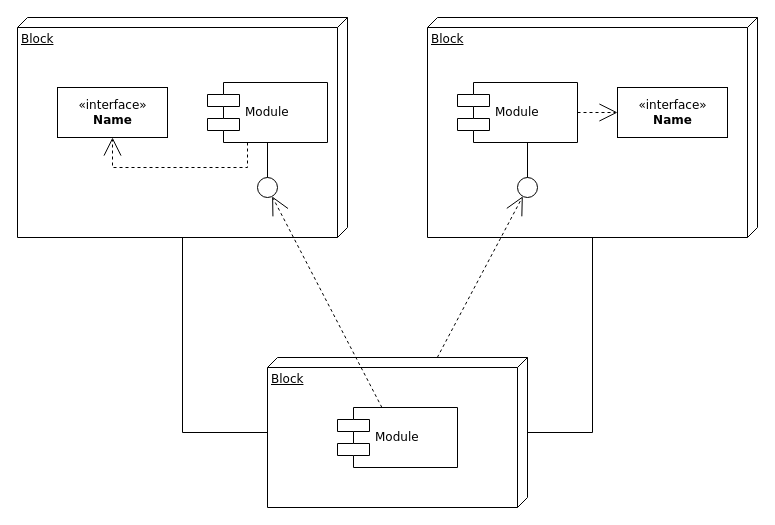
aaf1974/ProjectDiagram keeps this draw.io diagram as page "Текущее состояние" (1 of 3) of ST.CommonInfrastructure.drawio. Above is the earlier version. Source tidied: cells renumbered, new cells numbered last; positions are measured from the earlier drawing's top-left corner, leaving out a move shared by most shapes. Both pictures are drawn from the tidied source at 100%, with x=0, y=0 at pixel (17, 17).
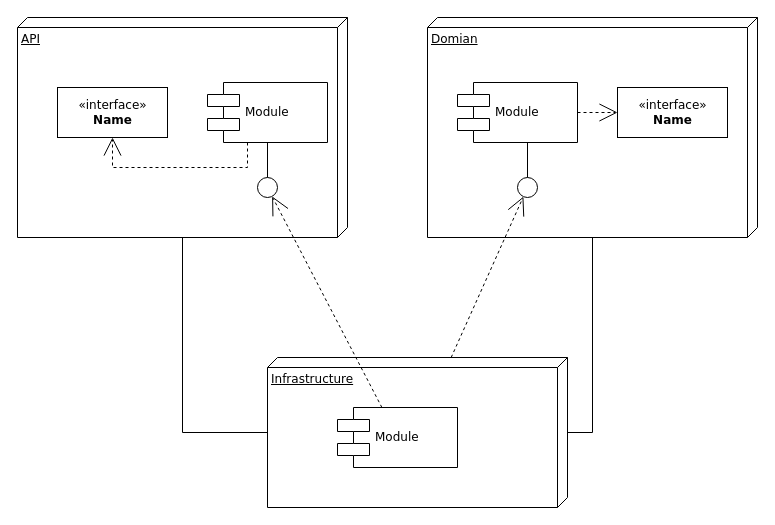
The same page after the edit.

Change to the diagram source:
```diff
@@
-    <mxCell id="2" value="Block" style="verticalAlign=top;align=left;spacingTop=8;spacingLeft=2;spacingRight=12;shape=cube;size=10;direction=south;fontStyle=4;html=1;rounded=0;shadow=0;comic=0;labelBackgroundColor=none;strokeWidth=1;fontFamily=Verdana;fontSize=12;" parent="1" vertex="1">
+    <mxCell id="2" value="API" style="verticalAlign=top;align=left;spacingTop=8;spacingLeft=2;spacingRight=12;shape=cube;size=10;direction=south;fontStyle=4;html=1;rounded=0;shadow=0;comic=0;labelBackgroundColor=none;strokeWidth=1;fontFamily=Verdana;fontSize=12;" parent="1" vertex="1">
       <mxGeometry width="330" height="220" as="geometry" />
     </mxCell>
-    <mxCell id="3" value="Block" style="verticalAlign=top;align=left;spacingTop=8;spacingLeft=2;spacingRight=12;shape=cube;size=10;direction=south;fontStyle=4;html=1;rounded=0;shadow=0;comic=0;labelBackgroundColor=none;strokeWidth=1;fontFamily=Verdana;fontSize=12;" parent="1" vertex="1">
+    <mxCell id="3" value="Domian" style="verticalAlign=top;align=left;spacingTop=8;spacingLeft=2;spacingRight=12;shape=cube;size=10;direction=south;fontStyle=4;html=1;rounded=0;shadow=0;comic=0;labelBackgroundColor=none;strokeWidth=1;fontFamily=Verdana;fontSize=12;" parent="1" vertex="1">
       <mxGeometry x="410" width="330" height="220" as="geometry" />
     </mxCell>
-    <mxCell id="4" value="Block" style="verticalAlign=top;align=left;spacingTop=8;spacingLeft=2;spacingRight=12;shape=cube;size=10;direction=south;fontStyle=4;html=1;rounded=0;shadow=0;comic=0;labelBackgroundColor=none;strokeWidth=1;fontFamily=Verdana;fontSize=12;" parent="1" vertex="1">
-      <mxGeometry x="250" y="340" width="260" height="150" as="geometry" />
+    <mxCell id="4" value="Infrastructure" style="verticalAlign=top;align=left;spacingTop=8;spacingLeft=2;spacingRight=12;shape=cube;size=10;direction=south;fontStyle=4;html=1;rounded=0;shadow=0;comic=0;labelBackgroundColor=none;strokeWidth=1;fontFamily=Verdana;fontSize=12;" parent="1" vertex="1">
+      <mxGeometry x="250" y="340" width="300" height="150" as="geometry" />
     </mxCell>
```
